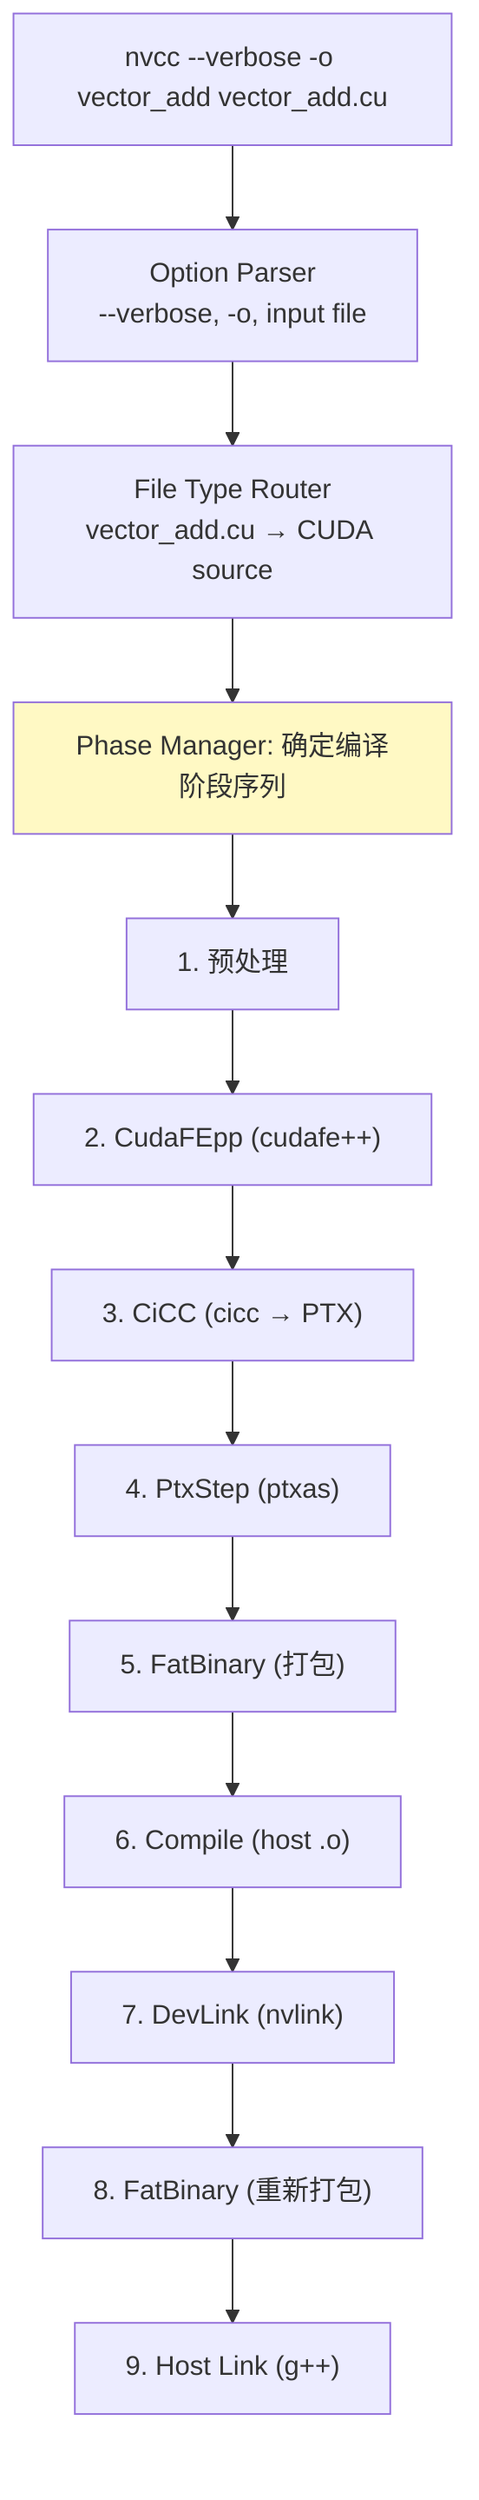
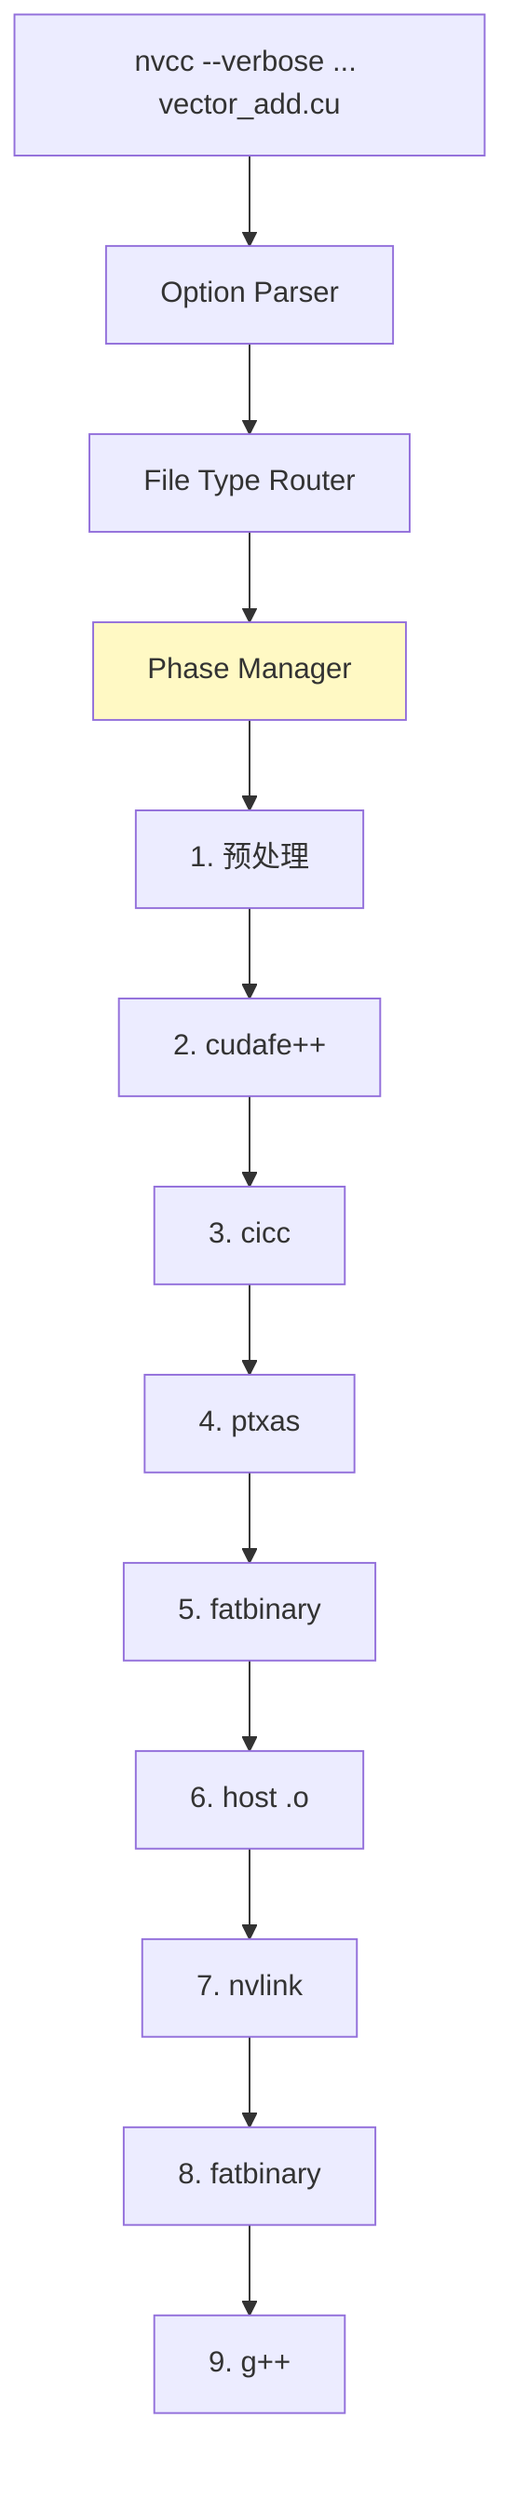
flowchart TB
-     USER["nvcc --verbose -o vector_add vector_add.cu"] --> OP["Option Parser<br/>--verbose, -o, input file"]
-     OP --> FR["File Type Router<br/>vector_add.cu → CUDA source"]
-     FR --> PM["Phase Manager: 确定编译阶段序列"]
+     USER["nvcc --verbose ... vector_add.cu"] --> OP["Option Parser"]
+     OP --> FR["File Type Router"]
+     FR --> PM["Phase Manager"]
    PM --> P1["1. 预处理"]
-     P1 --> P2["2. CudaFEpp (cudafe++)"]
-     P2 --> P3["3. CiCC (cicc → PTX)"]
-     P3 --> P4["4. PtxStep (ptxas)"]
-     P4 --> P5["5. FatBinary (打包)"]
-     P5 --> P6["6. Compile (host .o)"]
-     P6 --> P7["7. DevLink (nvlink)"]
-     P7 --> P8["8. FatBinary (重新打包)"]
-     P8 --> P9["9. Host Link (g++)"]
+     P1 --> P2["2. cudafe++"]
+     P2 --> P3["3. cicc"]
+     P3 --> P4["4. ptxas"]
+     P4 --> P5["5. fatbinary"]
+     P5 --> P6["6. host .o"]
+     P6 --> P7["7. nvlink"]
+     P7 --> P8["8. fatbinary"]
+     P8 --> P9["9. g++"]
    style PM fill:#fff9c4
